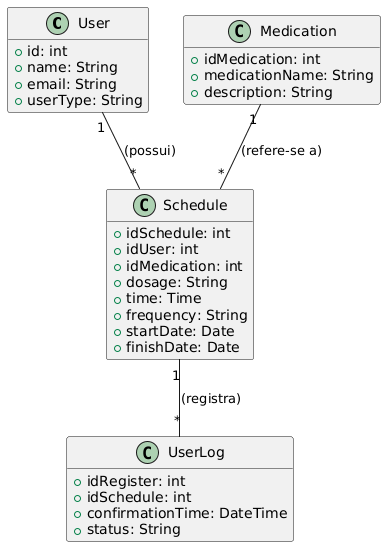
Above: Diagrama de Classes.png in RodolfoAAPR/AEP-4-Semestre (PlantUML), before the change.
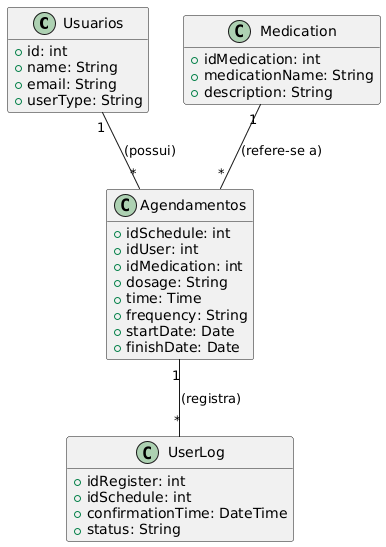
Above is the later version.

Commit message:
docs(Diagrama de Classes): correct file

The edit, as a diff of the source:
```diff
@@ -1,7 +1,7 @@
 @startuml
 hide empty members
 
-class User {
+class Usuarios {
   + id: int
   + name: String
   + email: String
@@ -14,7 +14,7 @@
   + description: String
 }
 
-class Schedule {
+class Agendamentos {
   + idSchedule: int
   + idUser: int
   + idMedication: int
@@ -32,7 +32,7 @@
   + status: String
 }
 
-User "1" -- "*" Schedule : (possui)
-Medication "1" -- "*" Schedule : (refere-se a)
-Schedule "1" -- "*" UserLog : (registra)
+Usuarios "1" -- "*" Agendamentos: (possui)
+Medication "1" -- "*" Agendamentos: (refere-se a)
+Agendamentos "1" -- "*" UserLog : (registra)
 @enduml
```
